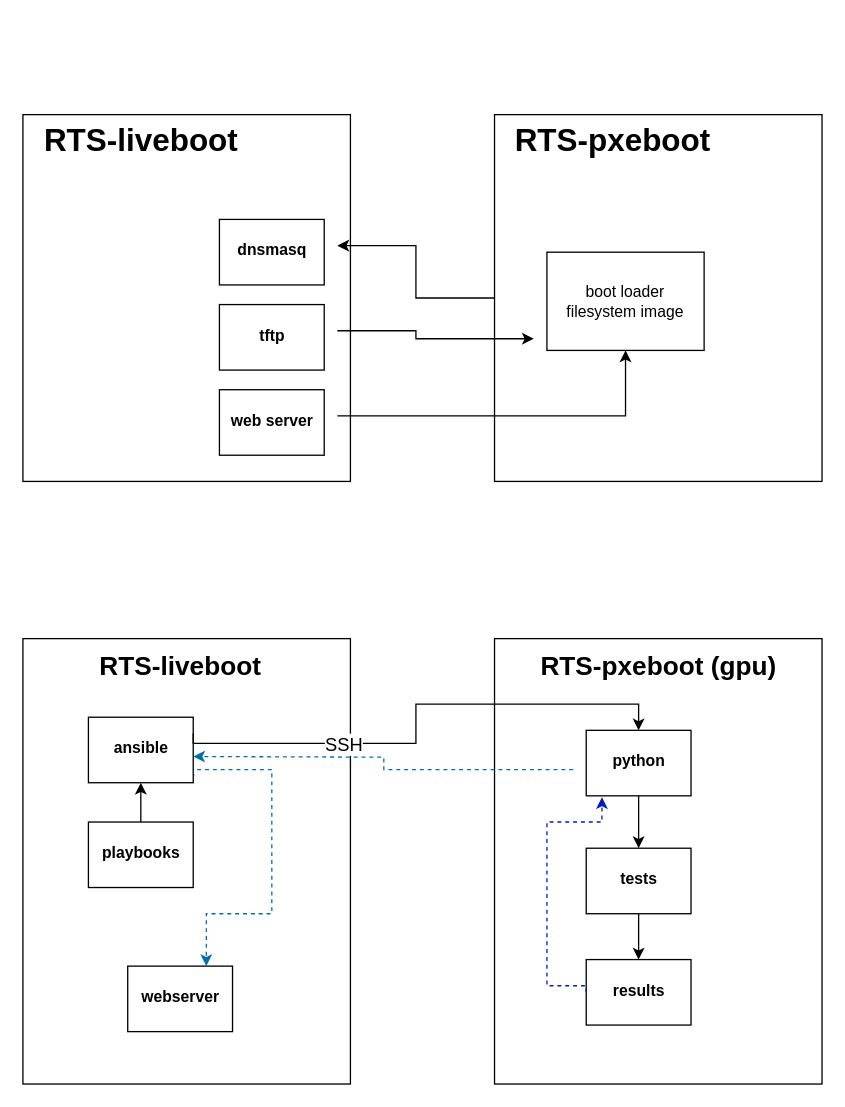
This is boot_procedure.drawio from adambialy/RTS_ansible, a draw.io file, before an edit. Source tidied: cells renumbered, new cells numbered last; positions are measured from the earlier drawing's top-left corner, leaving out a move shared by most shapes. Both pictures are drawn from the tidied source at 131%, with x=0, y=0 at pixel (22, 114).
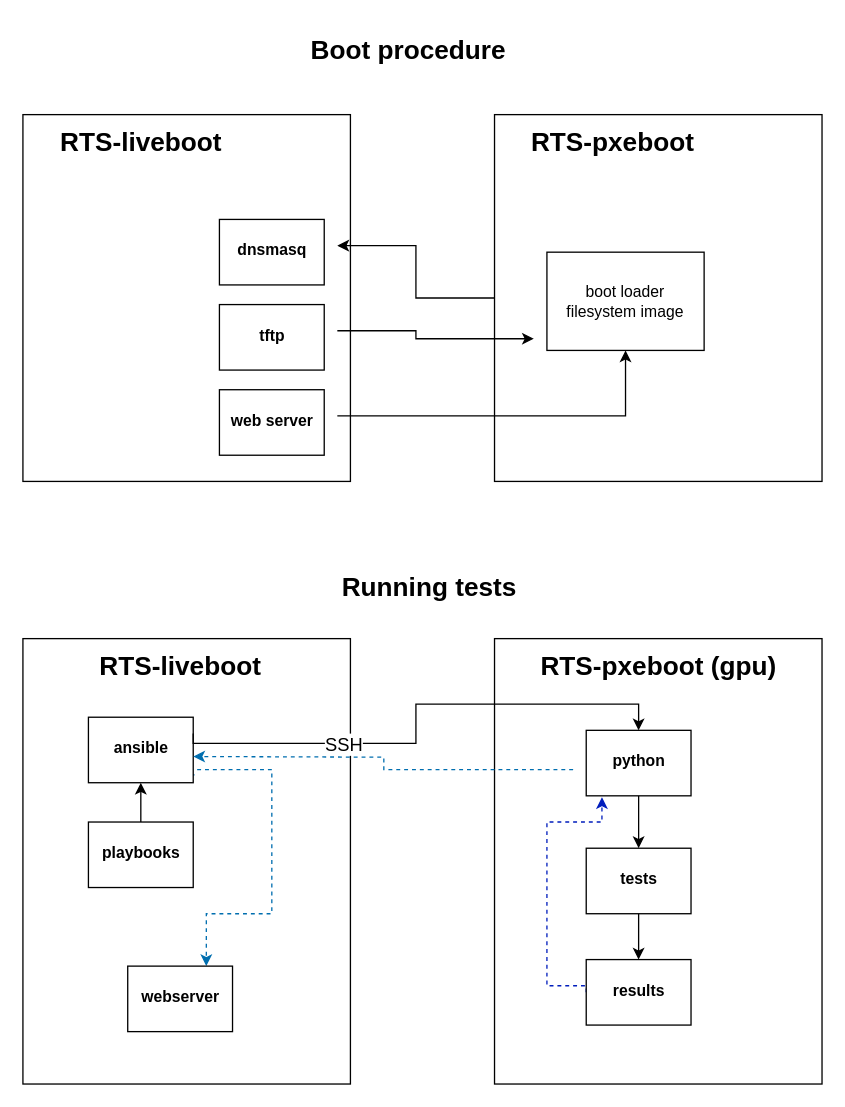
Above is the later version.

Diff of the diagram source:
```diff
@@
-    <mxCell id="3" value="RTS-liveboot" style="text;strokeColor=none;fillColor=none;html=1;fontSize=24;fontStyle=1;verticalAlign=middle;align=center;" parent="1" vertex="1">
+    <mxCell id="3" value="&lt;font style=&quot;font-size: 20px;&quot;&gt;RTS-liveboot&lt;/font&gt;" style="text;strokeColor=none;fillColor=none;html=1;fontSize=24;fontStyle=1;verticalAlign=middle;align=center;" parent="1" vertex="1">
       <mxGeometry x="40" width="100" height="40" as="geometry" />
     </mxCell>
@@
-    <mxCell id="13" value="RTS-pxeboot" style="text;strokeColor=none;fillColor=none;html=1;fontSize=24;fontStyle=1;verticalAlign=middle;align=center;" parent="1" vertex="1">
+    <mxCell id="13" value="&lt;font style=&quot;font-size: 20px;&quot;&gt;RTS-pxeboot&lt;/font&gt;" style="text;strokeColor=none;fillColor=none;html=1;fontSize=24;fontStyle=1;verticalAlign=middle;align=center;" parent="1" vertex="1">
       <mxGeometry x="400" width="100" height="40" as="geometry" />
     </mxCell>
@@
+    <mxCell id="40" value="&lt;font style=&quot;font-size: 20px;&quot;&gt;Boot procedure&lt;/font&gt;" style="text;strokeColor=none;fillColor=none;html=1;fontSize=24;fontStyle=1;verticalAlign=middle;align=center;" parent="1" vertex="1">
+      <mxGeometry x="244" y="-70" width="100" height="40" as="geometry" />
+    </mxCell>
+    <mxCell id="41" value="&lt;font style=&quot;font-size: 20px;&quot;&gt;Running tests&lt;/font&gt;" style="text;strokeColor=none;fillColor=none;html=1;fontSize=24;fontStyle=1;verticalAlign=middle;align=center;" parent="1" vertex="1">
+      <mxGeometry x="260" y="340" width="100" height="40" as="geometry" />
+    </mxCell>
```
